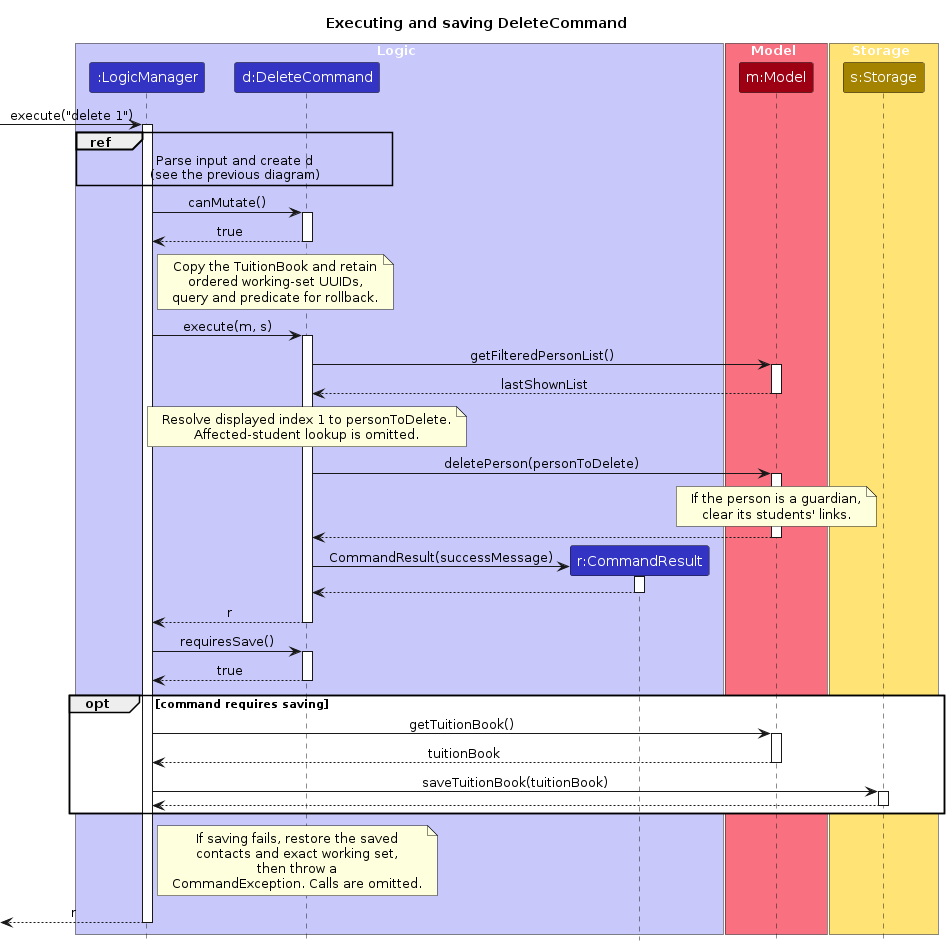
Before: diagrams/DeleteExecutionSequenceDiagram.png, a diagram exported from PlantUML (AY2627S1-CS2103T-T16-2/tp). Its source is kept beside it as diagrams/DeleteExecutionSequenceDiagram.puml.
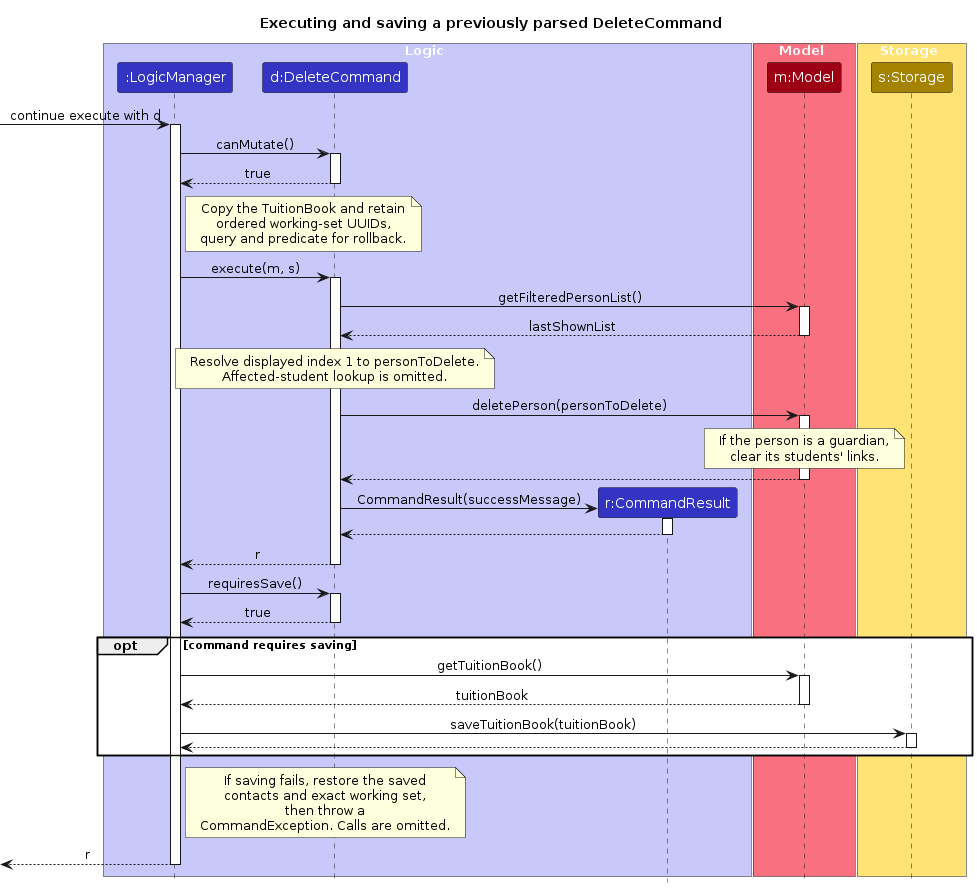
Later version of the same file.

What changed in the source:
```diff
@@ -2,7 +2,7 @@
 !include style.puml
 skinparam ArrowFontStyle plain
 
-title Executing and saving DeleteCommand
+title Executing and saving a previously parsed DeleteCommand
 
 box Logic LOGIC_COLOR_T1
 participant ":LogicManager" as LogicManager LOGIC_COLOR
@@ -18,13 +18,8 @@
 participant "s:Storage" as Storage STORAGE_COLOR
 end box
 
-[-> LogicManager : execute("delete 1")
+[-> LogicManager : continue execute with d
 activate LogicManager
-
-ref over LogicManager, DeleteCommand
-Parse input and create d
-(see the previous diagram)
-end ref
 
 LogicManager -> DeleteCommand : canMutate()
 activate DeleteCommand
```
